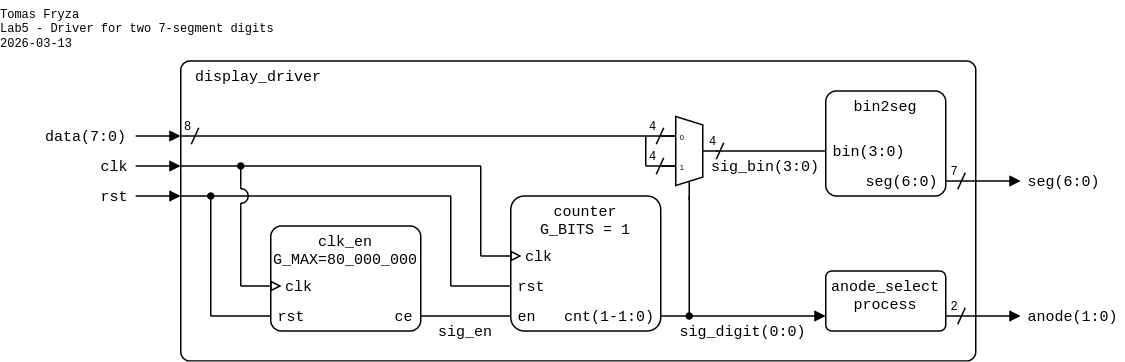
Before: lab5-display/images/schematic_display-driver.png, a diagram exported from draw.io (tomas-fryza/vhdl-examples). Source tidied: cells renumbered, new cells last; positions are measured from the earlier drawing's top-left corner, leaving out a move shared by most shapes.
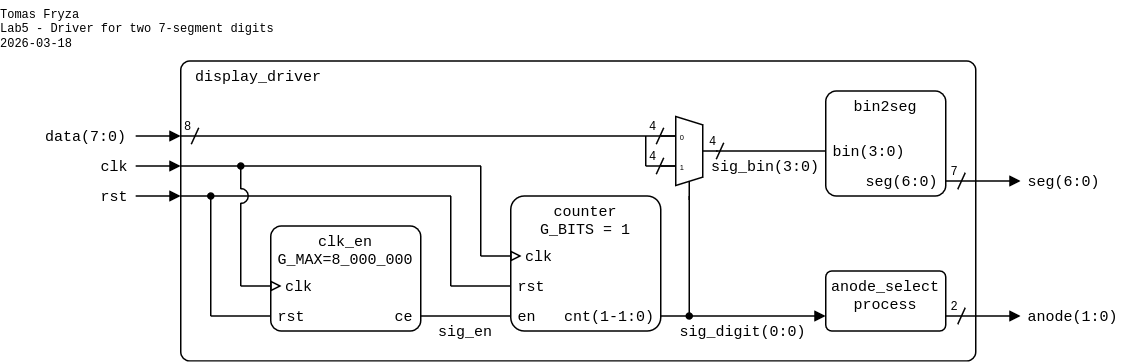
After the change.

Change to the diagram source:
```diff
@@ -5,7 +5,7 @@
     <mxCell id="2" value="display_driver" style="rounded=1;arcSize=3;whiteSpace=wrap;html=1;align=left;verticalAlign=top;fontFamily=Courier New;absoluteArcSize=0;fillColor=none;fontSize=10;spacingLeft=10;imageHeight=24;spacing=0;" parent="1" vertex="1">
       <mxGeometry x="120" y="40" width="530" height="200" as="geometry" />
     </mxCell>
-    <mxCell id="3" value="clk_en&lt;div&gt;G_MAX=80_000_000&lt;br&gt;&lt;/div&gt;" style="rounded=1;arcSize=10;align=center;verticalAlign=top;fontFamily=Courier New;absoluteArcSize=0;fillColor=none;fixDash=0;fontSize=10;spacingLeft=0;labelBorderColor=none;spacingTop=0;spacing=0;labelBackgroundColor=none;whiteSpace=wrap;html=1;strokeWidth=1;shadow=0;glass=0;" parent="1" vertex="1">
+    <mxCell id="3" value="clk_en&lt;div&gt;G_MAX=8_000_000&lt;br&gt;&lt;/div&gt;" style="rounded=1;arcSize=10;align=center;verticalAlign=top;fontFamily=Courier New;absoluteArcSize=0;fillColor=none;fixDash=0;fontSize=10;spacingLeft=0;labelBorderColor=none;spacingTop=0;spacing=0;labelBackgroundColor=none;whiteSpace=wrap;html=1;strokeWidth=1;shadow=0;glass=0;" parent="1" vertex="1">
       <mxGeometry x="180" y="150" width="100" height="70" as="geometry" />
     </mxCell>
     <mxCell id="4" value="ce" style="text;html=1;align=right;verticalAlign=middle;whiteSpace=wrap;rounded=0;fontFamily=Courier New;fontSize=10;fillOpacity=100;spacing=0;spacingRight=5;" parent="1" vertex="1">
@@ -128,7 +128,7 @@
         <mxPoint x="477" y="105.5" as="targetPoint" />
       </mxGeometry>
     </mxCell>
-    <mxCell id="33" value="&lt;div&gt;Tomas Fryza&lt;/div&gt;&lt;div&gt;Lab5 - Driver for two 7-segment digits&lt;/div&gt;&lt;div&gt;2026-03-13&lt;/div&gt;" style="text;html=1;align=left;verticalAlign=top;whiteSpace=wrap;rounded=0;fontFamily=Courier New;fontSize=8;fillOpacity=100;spacing=0;spacingLeft=0;" parent="1" vertex="1">
+    <mxCell id="33" value="&lt;div&gt;Tomas Fryza&lt;/div&gt;&lt;div&gt;Lab5 - Driver for two 7-segment digits&lt;/div&gt;&lt;div&gt;2026-03-18&lt;/div&gt;" style="text;html=1;align=left;verticalAlign=top;whiteSpace=wrap;rounded=0;fontFamily=Courier New;fontSize=8;fillOpacity=100;spacing=0;spacingLeft=0;" parent="1" vertex="1">
       <mxGeometry width="200" height="40" as="geometry" />
     </mxCell>
     <mxCell id="34" style="endArrow=none;html=1;rounded=0;startArrow=none;startFill=0;endSize=4;startSize=4;" parent="1" edge="1">
```
